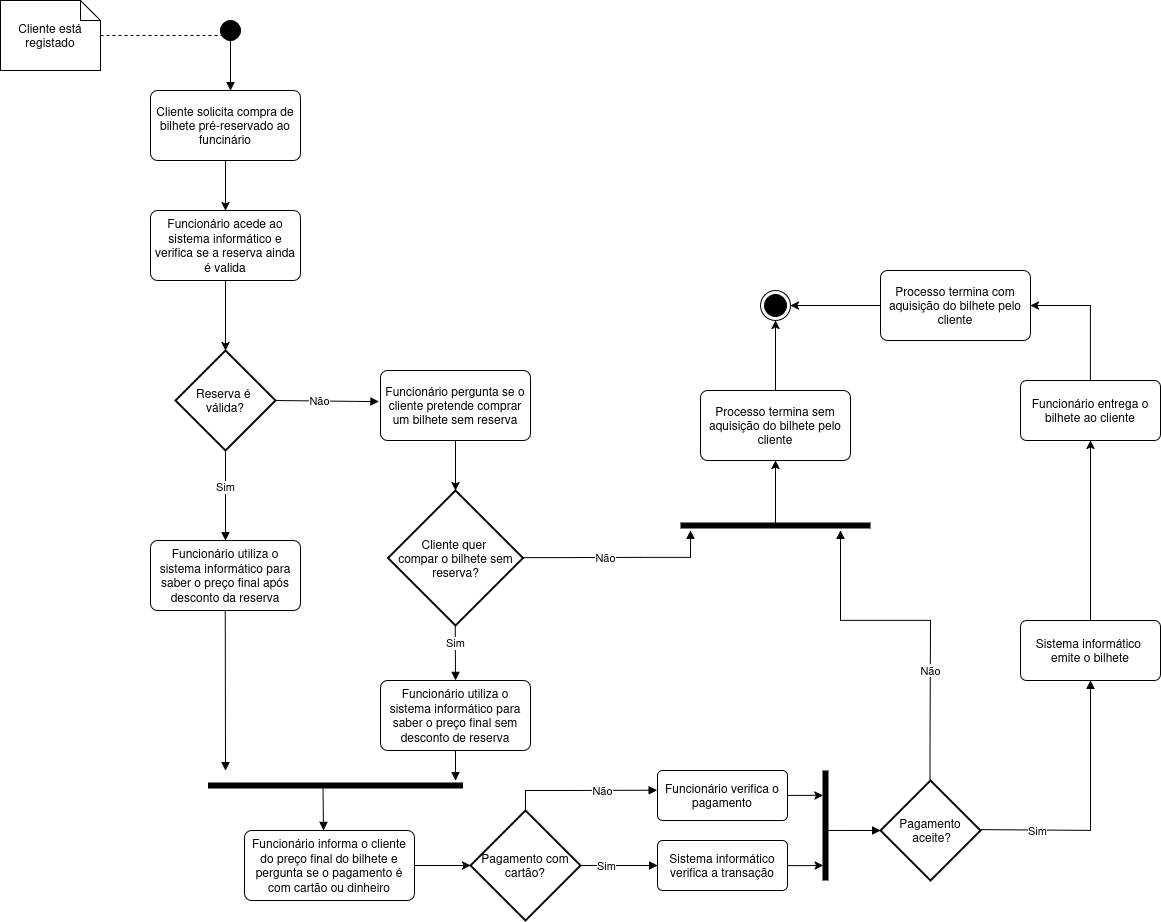
leorsd/ESOF_UML keeps this draw.io diagram as UML_Atividades.drawio.png. Above is the earlier version. Source tidied: cells renumbered, new cells last; positions are measured from the earlier drawing's top-left corner, leaving out a move shared by most shapes.
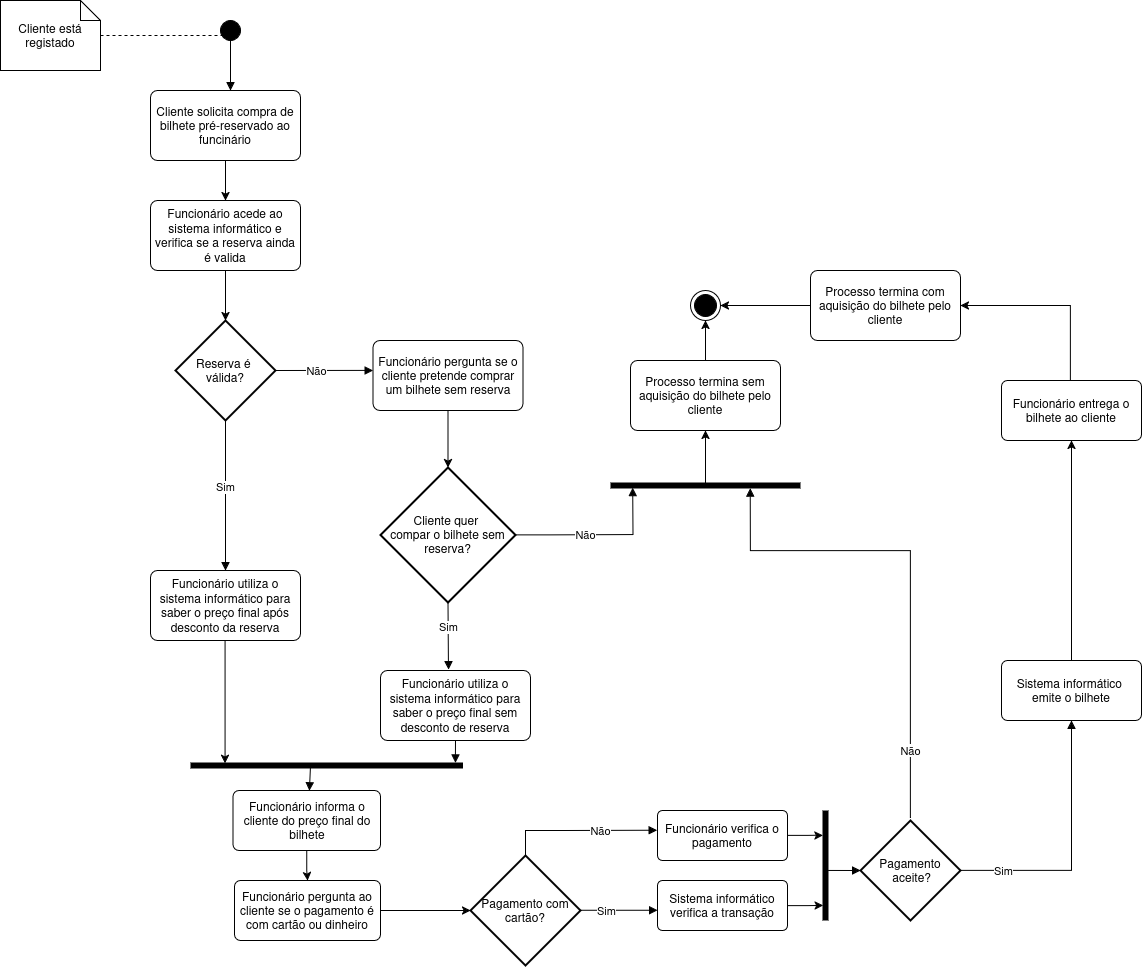
The same diagram one commit later.

Change to the diagram source:
```diff
@@ -23,123 +23,104 @@
       <mxGeometry x="150" y="90" width="150" height="70" as="geometry" />
     </mxCell>
     <mxCell id="7" value="Funcionário acede ao sistema informático e verifica se a reserva ainda é valida" style="rounded=1;arcSize=10;whiteSpace=wrap;html=1;align=center;" parent="1" vertex="1">
-      <mxGeometry x="150" y="210" width="150" height="70" as="geometry" />
+      <mxGeometry x="150" y="200" width="150" height="70" as="geometry" />
     </mxCell>
     <mxCell id="8" value="&lt;div&gt;Reserva é&amp;nbsp;&lt;/div&gt;&lt;div&gt;válida?&lt;/div&gt;" style="strokeWidth=2;html=1;shape=mxgraph.flowchart.decision;whiteSpace=wrap;" parent="1" vertex="1">
-      <mxGeometry x="175" y="350" width="100" height="100" as="geometry" />
+      <mxGeometry x="175" y="320" width="100" height="100" as="geometry" />
     </mxCell>
     <mxCell id="9" style="edgeStyle=orthogonalEdgeStyle;rounded=0;jettySize=auto;html=1;entryX=0.5;entryY=0;entryDx=0;entryDy=0;entryPerimeter=0;" parent="1" edge="1" source="7" target="8">
       <mxGeometry relative="1" as="geometry" />
     </mxCell>
-    <mxCell id="10" value="Sim" style="html=1;verticalAlign=bottom;endArrow=block;curved=0;rounded=0;exitX=0.5;exitY=1;exitDx=0;exitDy=0;exitPerimeter=0;" parent="1" edge="1" source="8">
-      <mxGeometry relative="1" as="geometry">
-        <mxPoint x="225" y="540" as="targetPoint" />
-      </mxGeometry>
+    <mxCell id="10" value="Sim" style="html=1;verticalAlign=bottom;endArrow=block;curved=0;rounded=0;exitX=0.5;exitY=1;exitDx=0;exitDy=0;exitPerimeter=0;entryX=0.5;entryY=0;entryDx=0;entryDy=0;" parent="1" edge="1" source="8" target="17">
+      <mxGeometry relative="1" as="geometry" />
     </mxCell>
-    <mxCell id="11" value="Não" style="endArrow=block;endSize=6;endFill=1;html=1;rounded=0;exitX=1;exitY=0.5;exitDx=0;exitDy=0;exitPerimeter=0;entryX=-0.01;entryY=0.445;entryDx=0;entryDy=0;entryPerimeter=0;" parent="1" edge="1" source="8" target="12">
+    <mxCell id="11" value="Não" style="endArrow=block;endSize=6;endFill=1;html=1;rounded=0;exitX=1;exitY=0.5;exitDx=0;exitDy=0;exitPerimeter=0;entryX=0.001;entryY=0.427;entryDx=0;entryDy=0;entryPerimeter=0;" parent="1" edge="1" source="8" target="12">
       <mxGeometry x="-0.14" relative="1" as="geometry" />
     </mxCell>
+    <mxCell id="48" style="edgeStyle=orthogonalEdgeStyle;rounded=0;jettySize=auto;html=1;" parent="1" edge="1" source="12" target="14">
+      <mxGeometry relative="1" as="geometry" />
+    </mxCell>
     <mxCell id="12" value="Funcionário pergunta se o cliente pretende comprar um bilhete sem reserva" style="rounded=1;arcSize=10;whiteSpace=wrap;html=1;align=center;" parent="1" vertex="1">
-      <mxGeometry x="380" y="370" width="150" height="70" as="geometry" />
+      <mxGeometry x="372.5" y="340" width="150" height="70" as="geometry" />
     </mxCell>
-    <mxCell id="13" style="edgeStyle=orthogonalEdgeStyle;rounded=0;jettySize=auto;html=1;" parent="1" edge="1" source="12">
-      <mxGeometry relative="1" as="geometry">
-        <mxPoint x="455" y="490" as="targetPoint" />
-      </mxGeometry>
-    </mxCell>
     <mxCell id="14" value="&lt;div&gt;Cliente quer&amp;nbsp;&lt;/div&gt;&lt;div&gt;compar o bilhete sem reserva?&lt;/div&gt;" style="strokeWidth=2;html=1;shape=mxgraph.flowchart.decision;whiteSpace=wrap;" parent="1" vertex="1">
-      <mxGeometry x="387.5" y="490" width="135" height="135" as="geometry" />
+      <mxGeometry x="380" y="467" width="135" height="135" as="geometry" />
     </mxCell>
-    <mxCell id="15" value="Não" style="endArrow=block;endSize=6;endFill=1;html=1;rounded=0;exitX=1;exitY=0.5;exitDx=0;exitDy=0;exitPerimeter=0;entryX=0.053;entryY=1;entryDx=0;entryDy=0;entryPerimeter=0;" parent="1" edge="1" target="42">
+    <mxCell id="15" value="Não" style="endArrow=block;endSize=6;endFill=1;html=1;rounded=0;exitX=1;exitY=0.5;exitDx=0;exitDy=0;exitPerimeter=0;entryX=0.117;entryY=0.704;entryDx=0;entryDy=0;entryPerimeter=0;" parent="1" edge="1" target="42">
       <mxGeometry x="-0.14" relative="1" as="geometry">
-        <mxPoint x="522.5" y="557.3" as="sourcePoint" />
+        <mxPoint x="515" y="534.3" as="sourcePoint" />
         <Array as="points">
-          <mxPoint x="557.5" y="557.3" />
-          <mxPoint x="640" y="557" />
-          <mxPoint x="690" y="557" />
+          <mxPoint x="550" y="534.3" />
+          <mxPoint x="632.5" y="534" />
         </Array>
       </mxGeometry>
     </mxCell>
-    <mxCell id="16" value="Sim" style="html=1;verticalAlign=bottom;endArrow=block;curved=0;rounded=0;exitX=0.5;exitY=1;exitDx=0;exitDy=0;exitPerimeter=0;" parent="1" edge="1">
-      <mxGeometry relative="1" as="geometry">
-        <mxPoint x="454.8" y="625" as="sourcePoint" />
-        <mxPoint x="455" y="680" as="targetPoint" />
-      </mxGeometry>
+    <mxCell id="16" value="Sim" style="html=1;verticalAlign=bottom;endArrow=block;curved=0;rounded=0;exitX=0.5;exitY=1;exitDx=0;exitDy=0;exitPerimeter=0;entryX=0.453;entryY=-0.011;entryDx=0;entryDy=0;entryPerimeter=0;" parent="1" edge="1" source="14" target="19">
+      <mxGeometry relative="1" as="geometry" />
     </mxCell>
+    <mxCell id="49" style="edgeStyle=orthogonalEdgeStyle;rounded=0;jettySize=auto;html=1;entryX=0.127;entryY=0.281;entryDx=0;entryDy=0;entryPerimeter=0;" parent="1" edge="1" source="17" target="20">
+      <mxGeometry relative="1" as="geometry">
+        <Array as="points">
+          <mxPoint x="225" y="763" />
+        </Array>
+      </mxGeometry>
+    </mxCell>
     <mxCell id="17" value="Funcionário utiliza o sistema informático para saber o preço final após desconto da reserva" style="rounded=1;arcSize=10;whiteSpace=wrap;html=1;align=center;" parent="1" vertex="1">
-      <mxGeometry x="150" y="540" width="150" height="70" as="geometry" />
+      <mxGeometry x="150" y="570" width="150" height="70" as="geometry" />
     </mxCell>
+    <mxCell id="50" style="edgeStyle=orthogonalEdgeStyle;rounded=0;jettySize=auto;html=1;" parent="1" edge="1" source="18" target="51">
+      <mxGeometry relative="1" as="geometry" />
+    </mxCell>
-    <mxCell id="18" value="Funcionário informa o cliente do preço final do bilhete e pergunta se o pagamento é com cartão ou dinheiro" style="rounded=1;arcSize=10;whiteSpace=wrap;html=1;align=center;" parent="1" vertex="1">
-      <mxGeometry x="244" y="830" width="170" height="70" as="geometry" />
+    <mxCell id="18" value="Funcionário informa o cliente do preço final do bilhete " style="rounded=1;arcSize=10;whiteSpace=wrap;html=1;align=center;" parent="1" vertex="1">
+      <mxGeometry x="232.5" y="790" width="147.5" height="60" as="geometry" />
     </mxCell>
     <mxCell id="19" value="Funcionário utiliza o sistema informático para saber o preço final sem desconto de reserva" style="rounded=1;arcSize=10;whiteSpace=wrap;html=1;align=center;" parent="1" vertex="1">
-      <mxGeometry x="380" y="680" width="150" height="70" as="geometry" />
+      <mxGeometry x="380" y="670" width="150" height="70" as="geometry" />
     </mxCell>
     <mxCell id="20" style="line;strokeWidth=6;fillColor=none;align=left;verticalAlign=middle;spacingTop=-1;spacingLeft=3;spacingRight=3;labelPosition=right;points=[];portConstraint=eastwest;strokeColor=inherit;" parent="1" vertex="1">
-      <mxGeometry x="207.5" y="780" width="255" height="10" as="geometry" />
+      <mxGeometry x="190" y="760" width="272.5" height="10" as="geometry" />
     </mxCell>
-    <mxCell id="21" style="endArrow=block;html=1;rounded=0;exitX=0.5;exitY=1;exitDx=0;exitDy=0;endFill=1;" parent="1" edge="1" source="19">
-      <mxGeometry relative="1" as="geometry">
-        <mxPoint x="455" y="780" as="targetPoint" />
-      </mxGeometry>
+    <mxCell id="21" style="endArrow=block;html=1;rounded=0;exitX=0.5;exitY=1;exitDx=0;exitDy=0;endFill=1;entryX=0.972;entryY=0.242;entryDx=0;entryDy=0;entryPerimeter=0;" parent="1" edge="1" source="19" target="20">
+      <mxGeometry relative="1" as="geometry" />
     </mxCell>
-    <mxCell id="22" style="endArrow=block;html=1;rounded=0;exitX=0.451;exitY=0.763;exitDx=0;exitDy=0;endFill=1;exitPerimeter=0;" parent="1" edge="1" source="20">
-      <mxGeometry relative="1" as="geometry">
-        <mxPoint x="323" y="830" as="targetPoint" />
-      </mxGeometry>
+    <mxCell id="22" style="endArrow=block;html=1;rounded=0;exitX=0.44;exitY=0.739;exitDx=0;exitDy=0;endFill=1;exitPerimeter=0;entryX=0.518;entryY=0.003;entryDx=0;entryDy=0;entryPerimeter=0;" parent="1" edge="1" source="20" target="18">
+      <mxGeometry relative="1" as="geometry" />
     </mxCell>
     <mxCell id="23" value="Pagamento com cartão?" style="strokeWidth=2;html=1;shape=mxgraph.flowchart.decision;whiteSpace=wrap;" parent="1" vertex="1">
-      <mxGeometry x="470" y="810" width="110" height="110" as="geometry" />
+      <mxGeometry x="470" y="855" width="110" height="110" as="geometry" />
     </mxCell>
-    <mxCell id="24" style="edgeStyle=orthogonalEdgeStyle;rounded=0;jettySize=auto;html=1;entryX=0;entryY=0.5;entryDx=0;entryDy=0;entryPerimeter=0;exitX=1;exitY=0.5;exitDx=0;exitDy=0;" parent="1" edge="1" source="18" target="23">
+    <mxCell id="24" style="edgeStyle=orthogonalEdgeStyle;rounded=0;jettySize=auto;html=1;entryX=0;entryY=0.5;entryDx=0;entryDy=0;entryPerimeter=0;exitX=1;exitY=0.5;exitDx=0;exitDy=0;" parent="1" edge="1" source="51" target="23">
       <mxGeometry relative="1" as="geometry" />
     </mxCell>
     <mxCell id="25" value="Não" style="endArrow=block;endSize=6;endFill=1;html=1;rounded=0;exitX=0.5;exitY=0;exitDx=0;exitDy=0;exitPerimeter=0;entryX=-0.002;entryY=0.394;entryDx=0;entryDy=0;entryPerimeter=0;" parent="1" edge="1" source="23" target="38">
       <mxGeometry x="0.27" relative="1" as="geometry">
         <Array as="points">
-          <mxPoint x="525" y="790" />
-          <mxPoint x="565" y="790" />
+          <mxPoint x="525" y="830" />
+          <mxPoint x="565" y="830" />
         </Array>
       </mxGeometry>
     </mxCell>
     <mxCell id="26" style="line;strokeWidth=6;fillColor=none;align=left;verticalAlign=middle;spacingTop=-1;spacingLeft=3;spacingRight=3;labelPosition=right;points=[];portConstraint=eastwest;strokeColor=inherit;direction=south;" parent="1" vertex="1">
-      <mxGeometry x="820" y="770" width="10" height="110" as="geometry" />
+      <mxGeometry x="820" y="810" width="10" height="110" as="geometry" />
     </mxCell>
     <mxCell id="27" value="&lt;div&gt;Pagamento&lt;/div&gt;&lt;div&gt;&amp;nbsp;aceite?&lt;/div&gt;" style="strokeWidth=2;html=1;shape=mxgraph.flowchart.decision;whiteSpace=wrap;" parent="1" vertex="1">
-      <mxGeometry x="880" y="780" width="100" height="100" as="geometry" />
+      <mxGeometry x="860" y="820" width="100" height="100" as="geometry" />
     </mxCell>
-    <mxCell id="28" value="Não" style="endArrow=block;endSize=6;endFill=1;html=1;rounded=0;" parent="1" edge="1">
-      <mxGeometry x="-0.35" relative="1" as="geometry">
-        <mxPoint x="929.5" y="780" as="sourcePoint" />
-        <mxPoint x="840" y="530" as="targetPoint" />
-        <Array as="points">
-          <mxPoint x="929.5" y="750" />
-          <mxPoint x="930" y="620" />
-          <mxPoint x="840" y="620" />
-          <mxPoint x="840" y="530" />
-        </Array>
-      </mxGeometry>
-    </mxCell>
     <mxCell id="29" style="ellipse;html=1;shape=endState;fillColor=#000000;strokeColor=#000000;" parent="1" vertex="1">
-      <mxGeometry x="760" y="290" width="30" height="30" as="geometry" />
+      <mxGeometry x="690" y="290" width="30" height="30" as="geometry" />
     </mxCell>
-    <mxCell id="30" style="endArrow=block;html=1;rounded=0;exitX=0.5;exitY=1;exitDx=0;exitDy=0;endFill=1;" parent="1" edge="1">
-      <mxGeometry relative="1" as="geometry">
-        <mxPoint x="224.8" y="610" as="sourcePoint" />
-        <mxPoint x="225" y="770" as="targetPoint" />
-      </mxGeometry>
-    </mxCell>
     <mxCell id="31" style="endArrow=block;html=1;rounded=0;endFill=1;exitX=0.545;exitY=0.237;exitDx=0;exitDy=0;exitPerimeter=0;" parent="1" edge="1" source="26">
       <mxGeometry relative="1" as="geometry">
-        <mxPoint x="880" y="830" as="targetPoint" />
+        <mxPoint x="860" y="870" as="targetPoint" />
       </mxGeometry>
     </mxCell>
-    <mxCell id="32" value="Sim" style="endArrow=block;endSize=6;endFill=1;html=1;rounded=0;exitX=1;exitY=0.5;exitDx=0;exitDy=0;exitPerimeter=0;entryX=0.5;entryY=1;entryDx=0;entryDy=0;" parent="1" edge="1" target="34">
-      <mxGeometry x="-0.56" relative="1" as="geometry">
-        <mxPoint x="980" y="829.2" as="sourcePoint" />
+    <mxCell id="32" value="Sim" style="endArrow=block;endSize=6;endFill=1;html=1;rounded=0;entryX=0.5;entryY=1;entryDx=0;entryDy=0;exitX=1;exitY=0.5;exitDx=0;exitDy=0;exitPerimeter=0;" parent="1" edge="1" source="27">
+      <mxGeometry x="-0.67" relative="1" as="geometry">
+        <mxPoint x="1071" y="720" as="targetPoint" />
         <Array as="points">
-          <mxPoint x="1090" y="830" />
-          <mxPoint x="1090" y="700" />
+          <mxPoint x="1071" y="870" />
+          <mxPoint x="1071" y="800" />
+          <mxPoint x="1071" y="740" />
         </Array>
       </mxGeometry>
     </mxCell>
@@ -147,52 +128,66 @@
       <mxGeometry relative="1" as="geometry" />
     </mxCell>
     <mxCell id="34" value="&lt;div&gt;Sistema informático&amp;nbsp;&lt;/div&gt;&lt;div&gt;emite o bilhete&lt;/div&gt;" style="rounded=1;arcSize=10;whiteSpace=wrap;html=1;align=center;" parent="1" vertex="1">
-      <mxGeometry x="1020" y="620" width="140" height="60" as="geometry" />
+      <mxGeometry x="1001" y="660" width="140" height="60" as="geometry" />
     </mxCell>
     <mxCell id="35" style="edgeStyle=orthogonalEdgeStyle;rounded=0;jettySize=auto;html=1;entryX=1;entryY=0.5;entryDx=0;entryDy=0;" parent="1" edge="1" source="46" target="29">
       <mxGeometry relative="1" as="geometry" />
     </mxCell>
     <mxCell id="36" value="Funcionário entrega o bilhete ao cliente" style="rounded=1;arcSize=10;whiteSpace=wrap;html=1;align=center;" parent="1" vertex="1">
-      <mxGeometry x="1020" y="380" width="140" height="60" as="geometry" />
+      <mxGeometry x="1001" y="380" width="140" height="60" as="geometry" />
     </mxCell>
     <mxCell id="37" style="edgeStyle=orthogonalEdgeStyle;rounded=0;jettySize=auto;html=1;entryX=0.225;entryY=0.747;entryDx=0;entryDy=0;entryPerimeter=0;" parent="1" edge="1" source="38" target="26">
       <mxGeometry relative="1" as="geometry" />
     </mxCell>
     <mxCell id="38" value="Funcionário verifica o pagamento" style="rounded=1;arcSize=10;whiteSpace=wrap;html=1;align=center;" parent="1" vertex="1">
-      <mxGeometry x="657" y="770" width="130" height="50" as="geometry" />
+      <mxGeometry x="657" y="810" width="130" height="50" as="geometry" />
     </mxCell>
     <mxCell id="39" style="edgeStyle=orthogonalEdgeStyle;rounded=0;jettySize=auto;html=1;entryX=0.862;entryY=0.727;entryDx=0;entryDy=0;entryPerimeter=0;" parent="1" edge="1" source="40" target="26">
       <mxGeometry relative="1" as="geometry" />
     </mxCell>
     <mxCell id="40" value="Sistema informático verifica a transação" style="rounded=1;arcSize=10;whiteSpace=wrap;html=1;align=center;" parent="1" vertex="1">
-      <mxGeometry x="657" y="840" width="130" height="50" as="geometry" />
+      <mxGeometry x="657" y="880" width="130" height="50" as="geometry" />
     </mxCell>
-    <mxCell id="41" value="Sim" style="endArrow=block;endSize=6;endFill=1;html=1;rounded=0;exitX=1;exitY=0.5;exitDx=0;exitDy=0;exitPerimeter=0;entryX=0;entryY=0.5;entryDx=0;entryDy=0;" parent="1" edge="1" target="40">
+    <mxCell id="41" value="Sim" style="endArrow=block;endSize=6;endFill=1;html=1;rounded=0;exitX=1;exitY=0.5;exitDx=0;exitDy=0;exitPerimeter=0;entryX=0;entryY=0.5;entryDx=0;entryDy=0;" parent="1" edge="1">
       <mxGeometry x="-0.33" relative="1" as="geometry">
-        <mxPoint x="580" y="865" as="sourcePoint" />
+        <mxPoint x="580" y="909.8" as="sourcePoint" />
+        <mxPoint x="657" y="909.8" as="targetPoint" />
       </mxGeometry>
     </mxCell>
     <mxCell id="42" style="line;strokeWidth=6;fillColor=none;align=left;verticalAlign=middle;spacingTop=-1;spacingLeft=3;spacingRight=3;labelPosition=right;points=[];portConstraint=eastwest;strokeColor=inherit;" parent="1" vertex="1">
-      <mxGeometry x="680" y="520" width="190" height="10" as="geometry" />
+      <mxGeometry x="610" y="480" width="190" height="10" as="geometry" />
     </mxCell>
     <mxCell id="43" style="edgeStyle=orthogonalEdgeStyle;rounded=0;jettySize=auto;html=1;entryX=0.5;entryY=1;entryDx=0;entryDy=0;" parent="1" edge="1" source="44" target="29">
       <mxGeometry relative="1" as="geometry" />
     </mxCell>
     <mxCell id="44" value="&lt;div&gt;Processo termina sem&lt;/div&gt;&lt;div&gt;aquisição do bilhete pelo cliente&lt;/div&gt;" style="rounded=1;arcSize=10;whiteSpace=wrap;html=1;align=center;" parent="1" vertex="1">
-      <mxGeometry x="700" y="390" width="150" height="70" as="geometry" />
+      <mxGeometry x="630" y="360" width="150" height="70" as="geometry" />
     </mxCell>
     <mxCell id="45" style="edgeStyle=orthogonalEdgeStyle;rounded=0;jettySize=auto;html=1;entryX=1;entryY=0.5;entryDx=0;entryDy=0;" parent="1" edge="1" source="36" target="46">
       <mxGeometry relative="1" as="geometry">
         <Array as="points">
-          <mxPoint x="1090" y="305" />
+          <mxPoint x="1070" y="305" />
         </Array>
       </mxGeometry>
     </mxCell>
     <mxCell id="46" value="&lt;div&gt;Processo termina com&lt;/div&gt;&lt;div&gt;aquisição do bilhete pelo cliente&lt;/div&gt;" style="rounded=1;arcSize=10;whiteSpace=wrap;html=1;align=center;" parent="1" vertex="1">
-      <mxGeometry x="880" y="270" width="150" height="70" as="geometry" />
+      <mxGeometry x="810" y="270" width="150" height="70" as="geometry" />
     </mxCell>
     <mxCell id="47" style="endArrow=classic;html=1;rounded=0;entryX=0.5;entryY=1;entryDx=0;entryDy=0;exitX=0.5;exitY=0.319;exitDx=0;exitDy=0;exitPerimeter=0;" parent="1" edge="1" source="42" target="44">
       <mxGeometry relative="1" as="geometry" />
     </mxCell>
+    <mxCell id="51" value="Funcionário pergunta ao cliente se o pagamento é com cartão ou dinheiro " style="rounded=1;arcSize=10;whiteSpace=wrap;html=1;align=center;" parent="1" vertex="1">
+      <mxGeometry x="234" y="880" width="146" height="60" as="geometry" />
+    </mxCell>
+    <mxCell id="28" value="Não" style="endArrow=block;endSize=6;endFill=1;html=1;rounded=0;entryX=0.736;entryY=0.752;entryDx=0;entryDy=0;entryPerimeter=0;" parent="1" edge="1" target="42">
+      <mxGeometry x="-0.73" relative="1" as="geometry">
+        <mxPoint x="910" y="817" as="sourcePoint" />
+        <Array as="points">
+          <mxPoint x="910" y="750" />
+          <mxPoint x="910" y="550" />
+          <mxPoint x="750" y="550" />
+        </Array>
+      </mxGeometry>
+    </mxCell>
   </root>
 </mxGraphModel>
```
